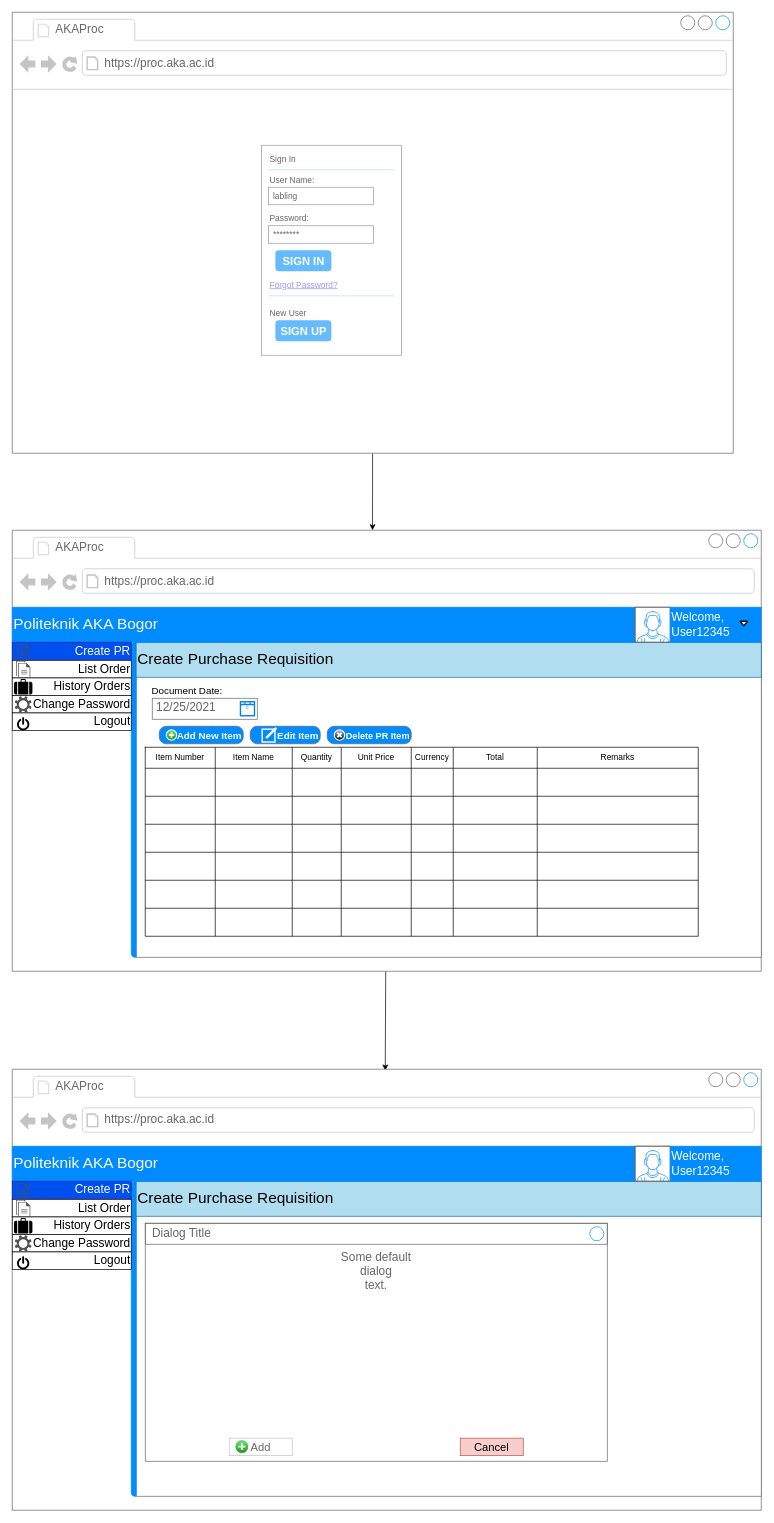
Above: 20210805 AKAProc MockUp.drawio in ardianozi18/berkibar (draw.io), before the change. Source tidied: cells renumbered, new cells numbered last; positions are measured from the earlier drawing's top-left corner, leaving out a move shared by most shapes. Both pictures are drawn from the tidied source at 70%, with x=0, y=0 at pixel (12, 12).
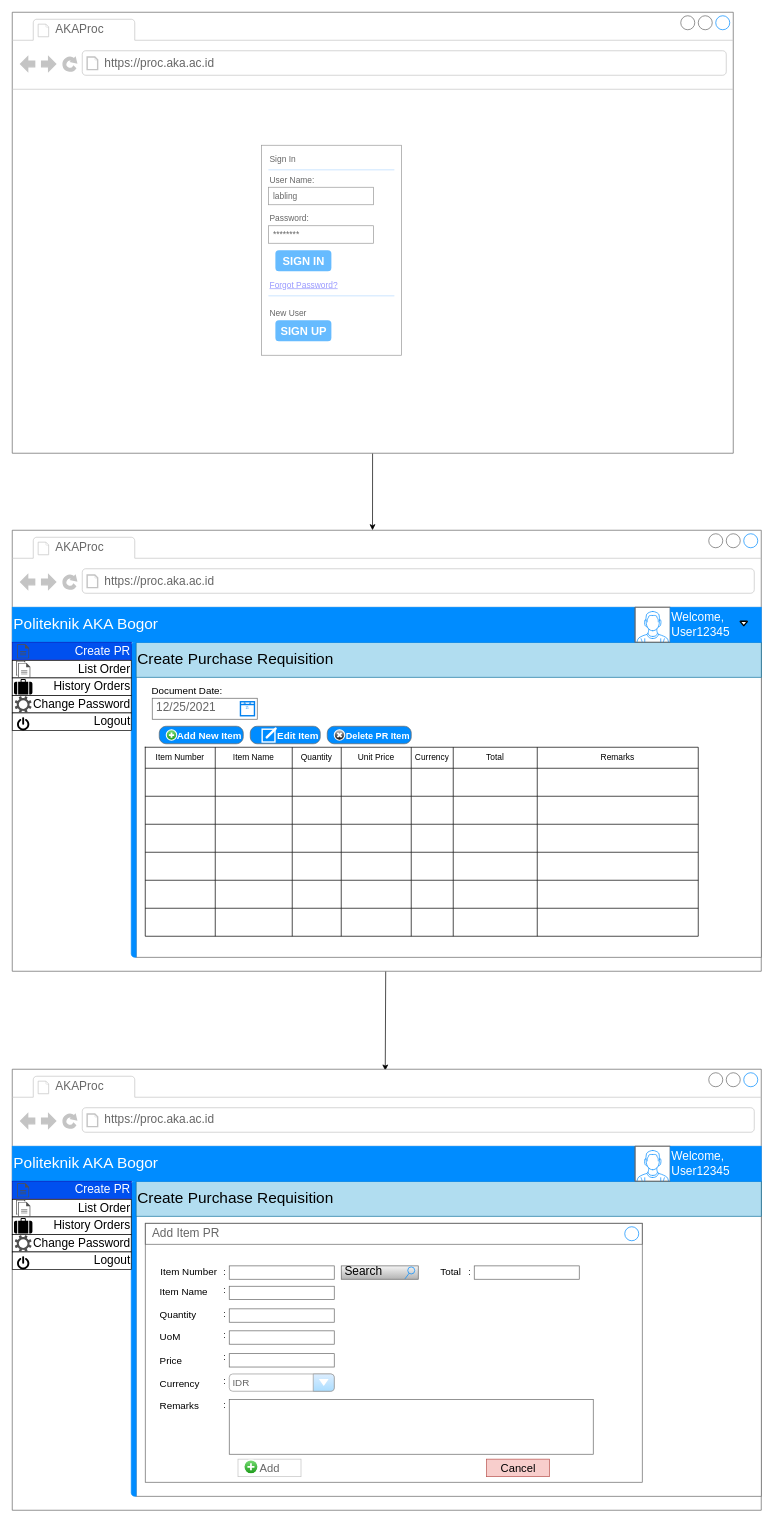
After the change.

Unchanged cells that the change refers to:
```xml
<mxCell id="109" style="strokeWidth=1;shadow=0;dashed=0;align=center;html=1;shape=mxgraph.mockup.containers.marginRect2;rectMarginLeft=67;strokeColor=#666666;gradientColor=none;" parent="106" vertex="1">
  <mxGeometry x="110" y="160" width="960" height="450" as="geometry" />
</mxCell>
```

What changed in the source:
```diff
@@
-    <mxCell id="112" value="Some default&#10;dialog&#10;text." style="strokeWidth=1;shadow=0;dashed=0;align=center;html=1;shape=mxgraph.mockup.containers.rrect;rSize=0;strokeColor=#666666;fontColor=#666666;fontSize=17;verticalAlign=top;whiteSpace=wrap;fillColor=#ffffff;spacingTop=32;" parent="109" vertex="1">
-      <mxGeometry x="80" y="60" width="660" height="340" as="geometry" />
+    <mxCell id="112" style="strokeWidth=1;shadow=0;dashed=0;align=center;html=1;shape=mxgraph.mockup.containers.rrect;rSize=0;strokeColor=#666666;fontColor=#666666;fontSize=17;verticalAlign=top;whiteSpace=wrap;fillColor=#ffffff;spacingTop=32;" parent="109" vertex="1">
+      <mxGeometry x="80" y="60" width="710" height="370" as="geometry" />
     </mxCell>
-    <mxCell id="113" value="Dialog Title" style="strokeWidth=1;shadow=0;dashed=0;align=center;html=1;shape=mxgraph.mockup.containers.rrect;rSize=0;fontSize=17;fontColor=#666666;strokeColor=#666666;align=left;spacingLeft=8;fillColor=none;" parent="112" vertex="1">
-      <mxGeometry width="660" height="30" relative="1" as="geometry" />
+    <mxCell id="113" value="Add Item PR" style="strokeWidth=1;shadow=0;dashed=0;align=center;html=1;shape=mxgraph.mockup.containers.rrect;rSize=0;fontSize=17;fontColor=#666666;strokeColor=#666666;align=left;spacingLeft=8;fillColor=none;" parent="112" vertex="1">
+      <mxGeometry width="710" height="30" relative="1" as="geometry" />
     </mxCell>
@@
+    <mxCell id="131" value="Item Name" style="text;html=1;strokeColor=none;fillColor=none;align=left;verticalAlign=middle;whiteSpace=wrap;rounded=0;fontSize=14;" parent="112" vertex="1">
+      <mxGeometry x="19.4" y="87.1" width="88.8" height="21.8" as="geometry" />
+    </mxCell>
+    <mxCell id="132" value="Quantity" style="text;html=1;strokeColor=none;fillColor=none;align=left;verticalAlign=middle;whiteSpace=wrap;rounded=0;fontSize=14;" parent="112" vertex="1">
+      <mxGeometry x="19.4" y="119.7" width="88.8" height="21.8" as="geometry" />
+    </mxCell>
+    <mxCell id="133" value="UoM" style="text;html=1;strokeColor=none;fillColor=none;align=left;verticalAlign=middle;whiteSpace=wrap;rounded=0;fontSize=14;" parent="112" vertex="1">
+      <mxGeometry x="19.4" y="152.4" width="88.8" height="21.8" as="geometry" />
+    </mxCell>
+    <mxCell id="134" value="Price" style="text;html=1;strokeColor=none;fillColor=none;align=left;verticalAlign=middle;whiteSpace=wrap;rounded=0;fontSize=14;" parent="112" vertex="1">
+      <mxGeometry x="19.4" y="185" width="88.8" height="21.8" as="geometry" />
+    </mxCell>
+    <mxCell id="135" value="Currency" style="text;html=1;strokeColor=none;fillColor=none;align=left;verticalAlign=middle;whiteSpace=wrap;rounded=0;fontSize=14;" parent="112" vertex="1">
+      <mxGeometry x="19.4" y="217.6" width="88.8" height="21.8" as="geometry" />
+    </mxCell>
+    <mxCell id="136" value="Remarks" style="text;html=1;strokeColor=none;fillColor=none;align=left;verticalAlign=middle;whiteSpace=wrap;rounded=0;fontSize=14;" parent="112" vertex="1">
+      <mxGeometry x="19.4" y="250.3" width="88.8" height="21.8" as="geometry" />
+    </mxCell>
+    <mxCell id="137" value="Item Number" style="text;html=1;strokeColor=none;fillColor=none;align=left;verticalAlign=middle;whiteSpace=wrap;rounded=0;fontSize=14;" parent="112" vertex="1">
+      <mxGeometry x="20" y="60" width="85" height="20" as="geometry" />
+    </mxCell>
+    <mxCell id="138" value="&lt;font style=&quot;font-size: 14px&quot;&gt;IDR&lt;/font&gt;" style="strokeWidth=1;shadow=0;dashed=0;align=center;html=1;shape=mxgraph.mockup.forms.comboBox;strokeColor=#999999;fillColor=#ddeeff;align=left;fillColor2=#aaddff;mainText=;fontColor=#666666;fontSize=17;spacingLeft=3;" parent="112" vertex="1">
+      <mxGeometry x="120" y="215.3" width="150" height="24.7" as="geometry" />
+    </mxCell>
+    <mxCell id="139" style="strokeWidth=1;shadow=0;dashed=0;align=center;html=1;shape=mxgraph.mockup.text.textBox;fontColor=#666666;align=left;fontSize=17;spacingLeft=4;spacingTop=-3;strokeColor=#666666;mainText=;fillColor=none;" parent="112" vertex="1">
+      <mxGeometry x="120" y="186.3" width="150" height="19.1" as="geometry" />
+    </mxCell>
+    <mxCell id="140" style="strokeWidth=1;shadow=0;dashed=0;align=center;html=1;shape=mxgraph.mockup.text.textBox;fontColor=#666666;align=left;fontSize=17;spacingLeft=4;spacingTop=-3;strokeColor=#666666;mainText=;fillColor=none;" parent="112" vertex="1">
+      <mxGeometry x="120" y="153.7" width="150" height="19.1" as="geometry" />
+    </mxCell>
+    <mxCell id="141" style="strokeWidth=1;shadow=0;dashed=0;align=center;html=1;shape=mxgraph.mockup.text.textBox;fontColor=#666666;align=left;fontSize=17;spacingLeft=4;spacingTop=-3;strokeColor=#666666;mainText=;fillColor=none;" parent="112" vertex="1">
+      <mxGeometry x="120" y="122.3" width="150" height="19.1" as="geometry" />
+    </mxCell>
+    <mxCell id="142" style="strokeWidth=1;shadow=0;dashed=0;align=center;html=1;shape=mxgraph.mockup.text.textBox;fontColor=#666666;align=left;fontSize=17;spacingLeft=4;spacingTop=-3;strokeColor=#666666;mainText=;fillColor=none;" parent="112" vertex="1">
+      <mxGeometry x="120" y="90" width="150" height="19.1" as="geometry" />
+    </mxCell>
+    <mxCell id="143" style="strokeWidth=1;shadow=0;dashed=0;align=center;html=1;shape=mxgraph.mockup.text.textBox;fontColor=#666666;align=left;fontSize=17;spacingLeft=4;spacingTop=-3;strokeColor=#666666;mainText=;fillColor=none;" parent="112" vertex="1">
+      <mxGeometry x="120" y="60.9" width="150" height="19.1" as="geometry" />
+    </mxCell>
+    <mxCell id="144" style="strokeWidth=1;shadow=0;dashed=0;align=center;html=1;shape=mxgraph.mockup.text.textBox;fontColor=#666666;align=left;fontSize=17;spacingLeft=4;spacingTop=-3;strokeColor=#666666;mainText=;fillColor=none;" parent="112" vertex="1">
+      <mxGeometry x="120" y="251.6" width="520" height="78.4" as="geometry" />
+    </mxCell>
+    <mxCell id="145" value="Search" style="strokeWidth=1;shadow=0;dashed=0;align=center;html=1;shape=mxgraph.mockup.forms.searchBox;strokeColor=#666666;mainText=;strokeColor2=#008cff;fontSize=17;align=left;spacingLeft=3;fillColor=#f5f5f5;gradientColor=#b3b3b3;" parent="112" vertex="1">
+      <mxGeometry x="280" y="60.9" width="110" height="19.1" as="geometry" />
+    </mxCell>
@@
     <mxCell id="130" style="verticalLabelPosition=bottom;verticalAlign=top;html=1;shadow=0;dashed=0;strokeWidth=1;shape=mxgraph.ios.iAddIcon;fillColor=#7AdF78;fillColor2=#1A9917;strokeColor=#ffffff;" parent="1" vertex="1">
-      <mxGeometry x="318" y="2039" width="20" height="20" as="geometry" />
+      <mxGeometry x="331" y="2068" width="20" height="20" as="geometry" />
     </mxCell>
+    <mxCell id="146" value=":" style="text;html=1;strokeColor=none;fillColor=none;align=left;verticalAlign=middle;whiteSpace=wrap;rounded=0;" parent="1" vertex="1">
+      <mxGeometry x="300" y="1790" width="8" height="20" as="geometry" />
+    </mxCell>
+    <mxCell id="147" value=":" style="text;html=1;strokeColor=none;fillColor=none;align=left;verticalAlign=middle;whiteSpace=wrap;rounded=0;" parent="1" vertex="1">
+      <mxGeometry x="300" y="1816" width="8" height="20" as="geometry" />
+    </mxCell>
+    <mxCell id="148" value=":" style="text;html=1;strokeColor=none;fillColor=none;align=left;verticalAlign=middle;whiteSpace=wrap;rounded=0;" parent="1" vertex="1">
+      <mxGeometry x="300" y="1850" width="8" height="20" as="geometry" />
+    </mxCell>
+    <mxCell id="149" value=":" style="text;html=1;strokeColor=none;fillColor=none;align=left;verticalAlign=middle;whiteSpace=wrap;rounded=0;" parent="1" vertex="1">
+      <mxGeometry x="300" y="1880" width="8" height="20" as="geometry" />
+    </mxCell>
+    <mxCell id="150" value=":" style="text;html=1;strokeColor=none;fillColor=none;align=left;verticalAlign=middle;whiteSpace=wrap;rounded=0;" parent="1" vertex="1">
+      <mxGeometry x="300" y="1912" width="8" height="20" as="geometry" />
+    </mxCell>
+    <mxCell id="151" value=":" style="text;html=1;strokeColor=none;fillColor=none;align=left;verticalAlign=middle;whiteSpace=wrap;rounded=0;" parent="1" vertex="1">
+      <mxGeometry x="300" y="1946" width="8" height="20" as="geometry" />
+    </mxCell>
+    <mxCell id="152" value=":" style="text;html=1;strokeColor=none;fillColor=none;align=left;verticalAlign=middle;whiteSpace=wrap;rounded=0;" parent="1" vertex="1">
+      <mxGeometry x="300" y="1980" width="8" height="20" as="geometry" />
+    </mxCell>
+    <mxCell id="153" value="Total" style="text;html=1;strokeColor=none;fillColor=none;align=left;verticalAlign=middle;whiteSpace=wrap;rounded=0;fontSize=14;" parent="1" vertex="1">
+      <mxGeometry x="610" y="1790" width="40" height="20" as="geometry" />
+    </mxCell>
+    <mxCell id="154" style="strokeWidth=1;shadow=0;dashed=0;align=center;html=1;shape=mxgraph.mockup.text.textBox;fontColor=#666666;align=left;fontSize=17;spacingLeft=4;spacingTop=-3;strokeColor=#666666;mainText=;fillColor=none;" parent="1" vertex="1">
+      <mxGeometry x="660" y="1790.9" width="150" height="19.1" as="geometry" />
+    </mxCell>
+    <mxCell id="155" value=":" style="text;html=1;strokeColor=none;fillColor=none;align=left;verticalAlign=middle;whiteSpace=wrap;rounded=0;" parent="1" vertex="1">
+      <mxGeometry x="650" y="1790" width="8" height="20" as="geometry" />
+    </mxCell>
```
